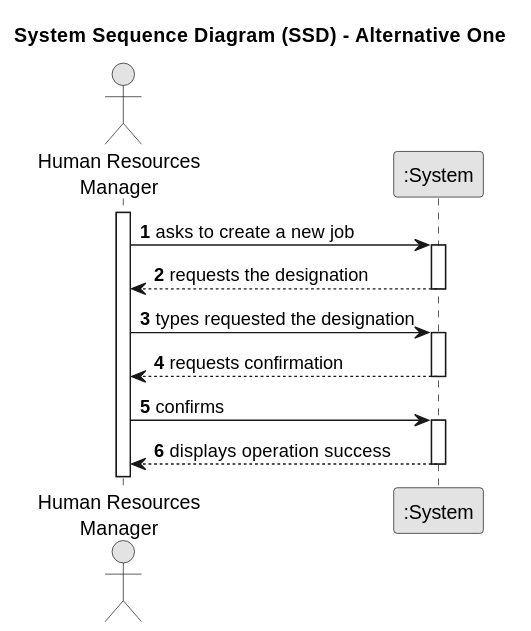
The PlantUML diagram docs/sprintB/us002/01.requirements-engineering/svg/us002-system-sequence-diagram-alternative-one.svg in diogoveirospro/lei-24-s2-1dg-g072, before a commit. The source it was exported from:
```plantuml
@startuml
skinparam monochrome true
skinparam packageStyle rectangle
skinparam shadowing false

title System Sequence Diagram (SSD) - Alternative One

autonumber

actor "Human Resources\nManager" as HRM
participant ":System" as System

activate HRM

    HRM -> System : asks to create a new job
    activate System

        System --> HRM : requests the designation
    deactivate System

    HRM -> System : types requested the designation
    activate System

        System --> HRM : requests confirmation
    deactivate System

    HRM -> System : confirms
    activate System

        System --> HRM : displays operation success
    deactivate System
@enduml
```
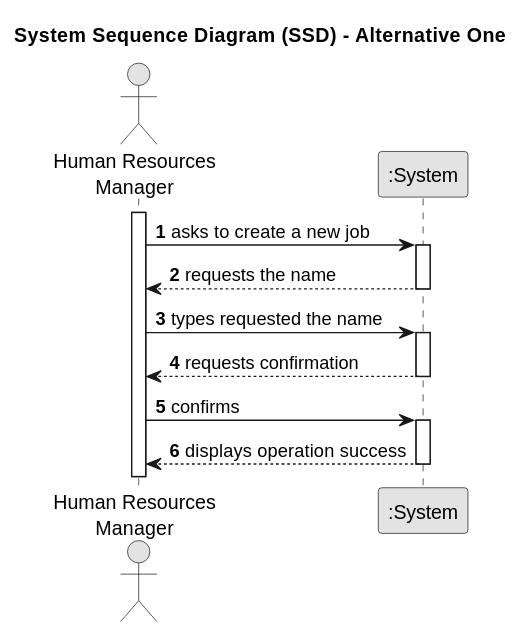
After the commit.

Commit message:
Corrections to the partial and full sequence diagram and completion of the class diagram.

Change to the diagram source:
```diff
@@ -15,10 +15,10 @@
     HRM -> System : asks to create a new job
     activate System
 
-        System --> HRM : requests the designation
+        System --> HRM : requests the name
     deactivate System
 
-    HRM -> System : types requested the designation
+    HRM -> System : types requested the name
     activate System
 
         System --> HRM : requests confirmation
```
